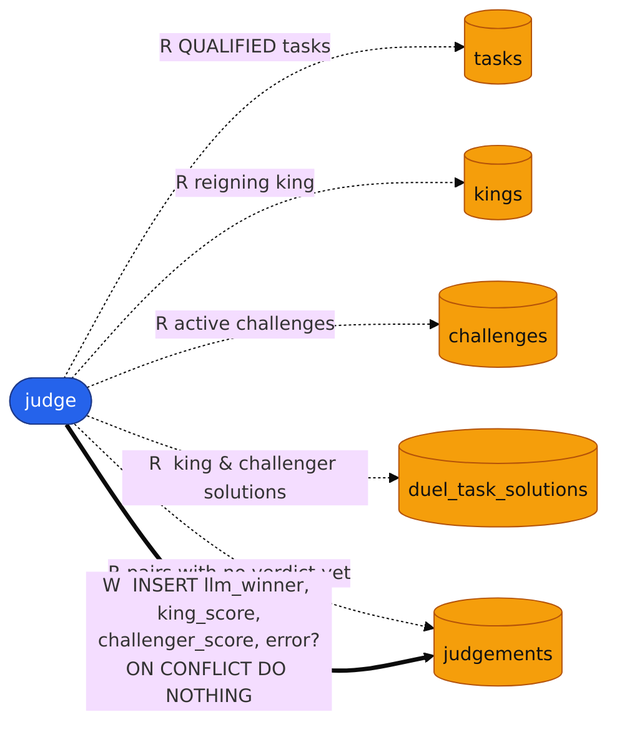
This is docs/diagrams/db-judge.png from ninja-subnet/ninja-validator, a Mermaid export, as it was before one commit. Its source is kept beside it as docs/diagrams/db-judge.mmd.
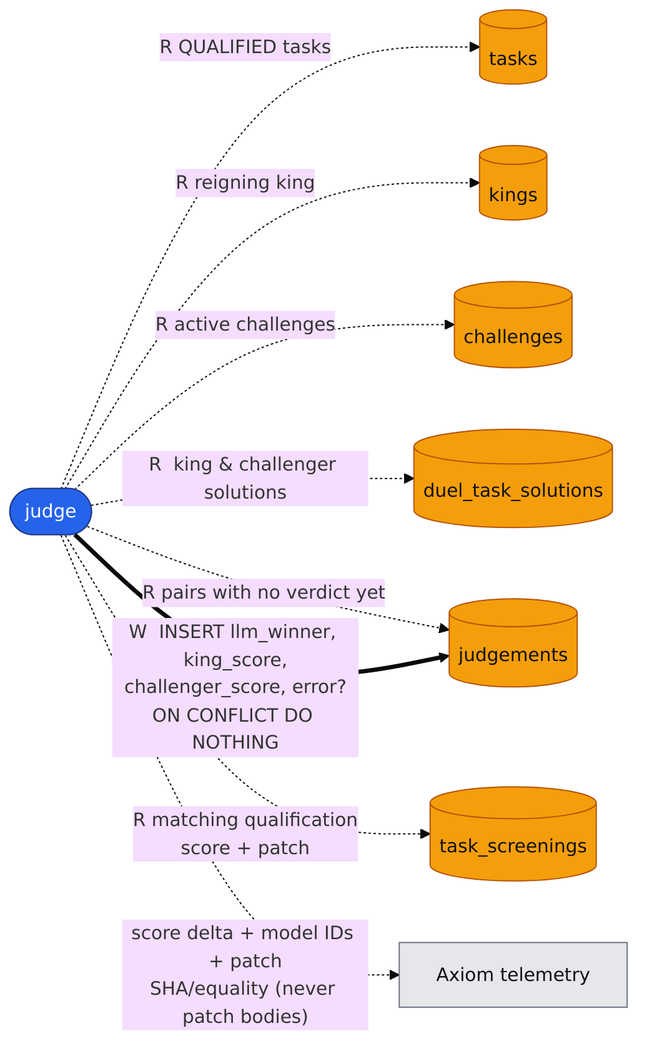
Above is the later version.

Diff of the diagram source:
```diff
@@ -5,16 +5,22 @@
     kings[("kings")]
     chal[("challenges")]
     tsol[("duel_task_solutions")]
+    screen[("task_screenings")]
     judg[("judgements")]
+    axiom["Axiom telemetry"]
 
     jd -. "R  QUALIFIED tasks" .-> tasks
     jd -. "R  reigning king" .-> kings
     jd -. "R  active challenges" .-> chal
     jd -. "R  king &amp; challenger solutions" .-> tsol
     jd -. "R  pairs with no verdict yet" .-> judg
+    jd -. "R  matching qualification<br/>score + patch" .-> screen
     jd == "W  INSERT llm_winner, king_score,<br/>challenger_score, error?<br/>ON CONFLICT DO NOTHING" ==> judg
+    jd -. "score delta + model IDs + patch<br/>SHA/equality (never patch bodies)" .-> axiom
 
     classDef worker fill:#2563eb,stroke:#1e3a8a,color:#fff;
     classDef store fill:#f59e0b,stroke:#b45309,color:#111;
+    classDef ext fill:#e5e7eb,stroke:#6b7280,color:#111;
     class jd worker;
-    class tasks,kings,chal,tsol,judg store;
+    class tasks,kings,chal,tsol,screen,judg store;
+    class axiom ext;
```
